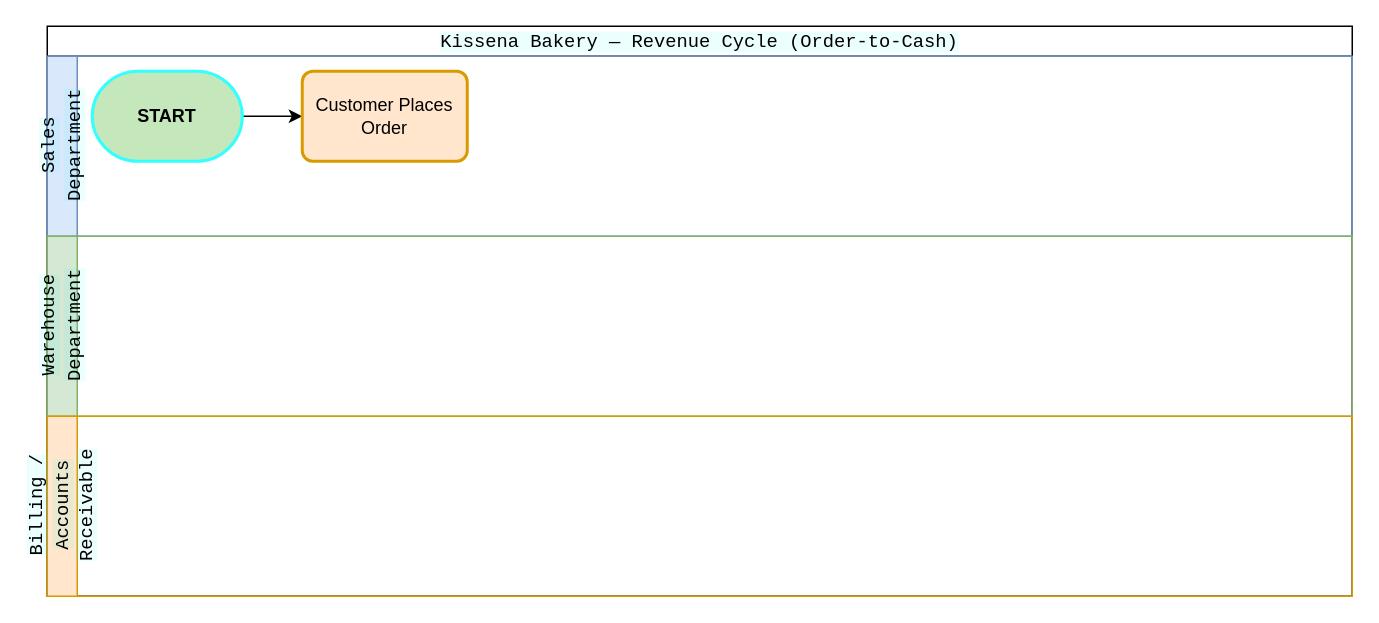
This is Revenue_Cycle_Controls.drawio from haydn3355/drawio, a draw.io file, before an edit. Source tidied: cells renumbered, new cells numbered last; positions are measured from the earlier drawing's top-left corner, leaving out a move shared by most shapes. Both pictures are drawn from the tidied source at 150%, with x=0, y=0 at pixel (46, 26).
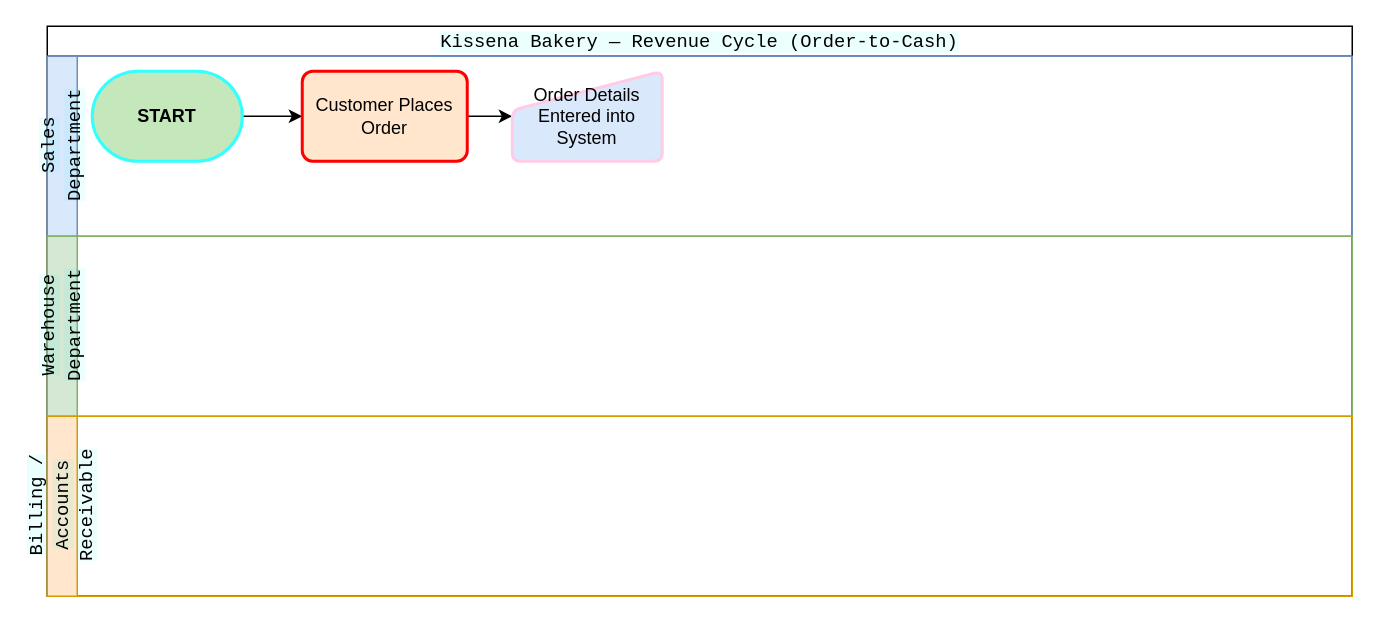
Above is the later version.

Change to the diagram source:
```diff
@@
 <mxGraphModel>
   <root>
     <mxCell id="0" />
     <mxCell id="1" parent="0" />
     <mxCell id="2" value="&lt;span style=&quot;font-family: &amp;quot;Share Tech Mono&amp;quot;, monospace; font-size: 12.512px; font-weight: 400; text-align: start; background-color: rgba(0, 245, 255, 0.08);&quot;&gt;&lt;font style=&quot;color: rgb(0, 0, 0);&quot;&gt;Kissena Bakery — Revenue Cycle (Order-to-Cash)&lt;/font&gt;&lt;/span&gt;" style="swimlane;html=1;horizontal=1;startSize=20;whiteSpace=wrap;" parent="1" vertex="1">
       <mxGeometry width="870" height="380" as="geometry" />
     </mxCell>
     <mxCell id="3" value="&lt;span style=&quot;font-family: &amp;quot;Share Tech Mono&amp;quot;, monospace; font-size: 12.512px; font-weight: 400; text-align: start; text-wrap-mode: wrap; background-color: rgba(0, 245, 255, 0.08);&quot;&gt;&lt;font style=&quot;color: rgb(0, 0, 0);&quot;&gt;Sales Department&lt;/font&gt;&lt;/span&gt;" style="swimlane;html=1;startSize=20;horizontal=0;fillColor=#dae8fc;strokeColor=#6c8ebf;" parent="2" vertex="1">
       <mxGeometry y="20" width="870" height="120" as="geometry" />
     </mxCell>
     <mxCell id="4" style="edgeStyle=orthogonalEdgeStyle;rounded=0;jettySize=auto;html=1;exitX=1;exitY=0.5;exitDx=0;exitDy=0;exitPerimeter=0;entryX=0;entryY=0.5;entryDx=0;entryDy=0;" parent="3" edge="1" source="5" target="6">
       <mxGeometry relative="1" as="geometry" />
     </mxCell>
     <mxCell id="5" value="&lt;b&gt;START&lt;/b&gt;" style="strokeWidth=2;html=1;shape=mxgraph.flowchart.terminator;whiteSpace=wrap;fillColor=#C4E8BB;strokeColor=#33FFFF;" parent="3" vertex="1">
       <mxGeometry x="30" y="10" width="100" height="60" as="geometry" />
     </mxCell>
+    <mxCell id="9" style="edgeStyle=orthogonalEdgeStyle;rounded=0;jettySize=auto;html=1;exitX=1;exitY=0.5;exitDx=0;exitDy=0;entryX=0;entryY=0.5;entryDx=0;entryDy=0;" parent="3" edge="1" source="6" target="10">
+      <mxGeometry relative="1" as="geometry" />
+    </mxCell>
-    <mxCell id="6" value="Customer Places Order" style="rounded=1;whiteSpace=wrap;html=1;absoluteArcSize=1;arcSize=14;strokeWidth=2;fillColor=#ffe6cc;strokeColor=#d79b00;" parent="3" vertex="1">
+    <mxCell id="6" value="Customer Places Order" style="rounded=1;whiteSpace=wrap;html=1;absoluteArcSize=1;arcSize=14;strokeWidth=2;fillColor=#ffe6cc;strokeColor=#FF0000;" parent="3" vertex="1">
       <mxGeometry x="170" y="10" width="110" height="60" as="geometry" />
     </mxCell>
+    <mxCell id="10" value="&lt;font&gt;Order Details Entered into System&lt;/font&gt;" style="html=1;strokeWidth=2;shape=manualInput;whiteSpace=wrap;rounded=1;size=26;arcSize=11;fillColor=#dae8fc;strokeColor=#FFCCE6;" parent="3" vertex="1">
+      <mxGeometry x="310" y="10" width="100" height="60" as="geometry" />
+    </mxCell>
     <mxCell id="7" value="&lt;span style=&quot;font-family: &amp;quot;Share Tech Mono&amp;quot;, monospace; font-size: 12.512px; font-weight: 400; text-align: start; text-wrap-mode: wrap; background-color: rgba(0, 245, 255, 0.08);&quot;&gt;&lt;font style=&quot;color: rgb(0, 0, 0);&quot;&gt;Warehouse Department&lt;/font&gt;&lt;/span&gt;" style="swimlane;html=1;startSize=20;horizontal=0;fillColor=#d5e8d4;strokeColor=#82b366;" parent="2" vertex="1">
       <mxGeometry y="140" width="870" height="120" as="geometry" />
     </mxCell>
     <mxCell id="8" value="&lt;span style=&quot;font-family: &amp;quot;Share Tech Mono&amp;quot;, monospace; font-size: 12.512px; font-weight: 400; text-align: start; text-wrap-mode: wrap; background-color: rgba(0, 245, 255, 0.08);&quot;&gt;&lt;font style=&quot;color: rgb(0, 0, 0);&quot;&gt;Billing / Accounts Receivable&lt;/font&gt;&lt;/span&gt;" style="swimlane;html=1;startSize=20;horizontal=0;fillColor=#ffe6cc;strokeColor=#d79b00;" parent="2" vertex="1">
       <mxGeometry y="260" width="870" height="120" as="geometry" />
     </mxCell>
   </root>
 </mxGraphModel>
```
